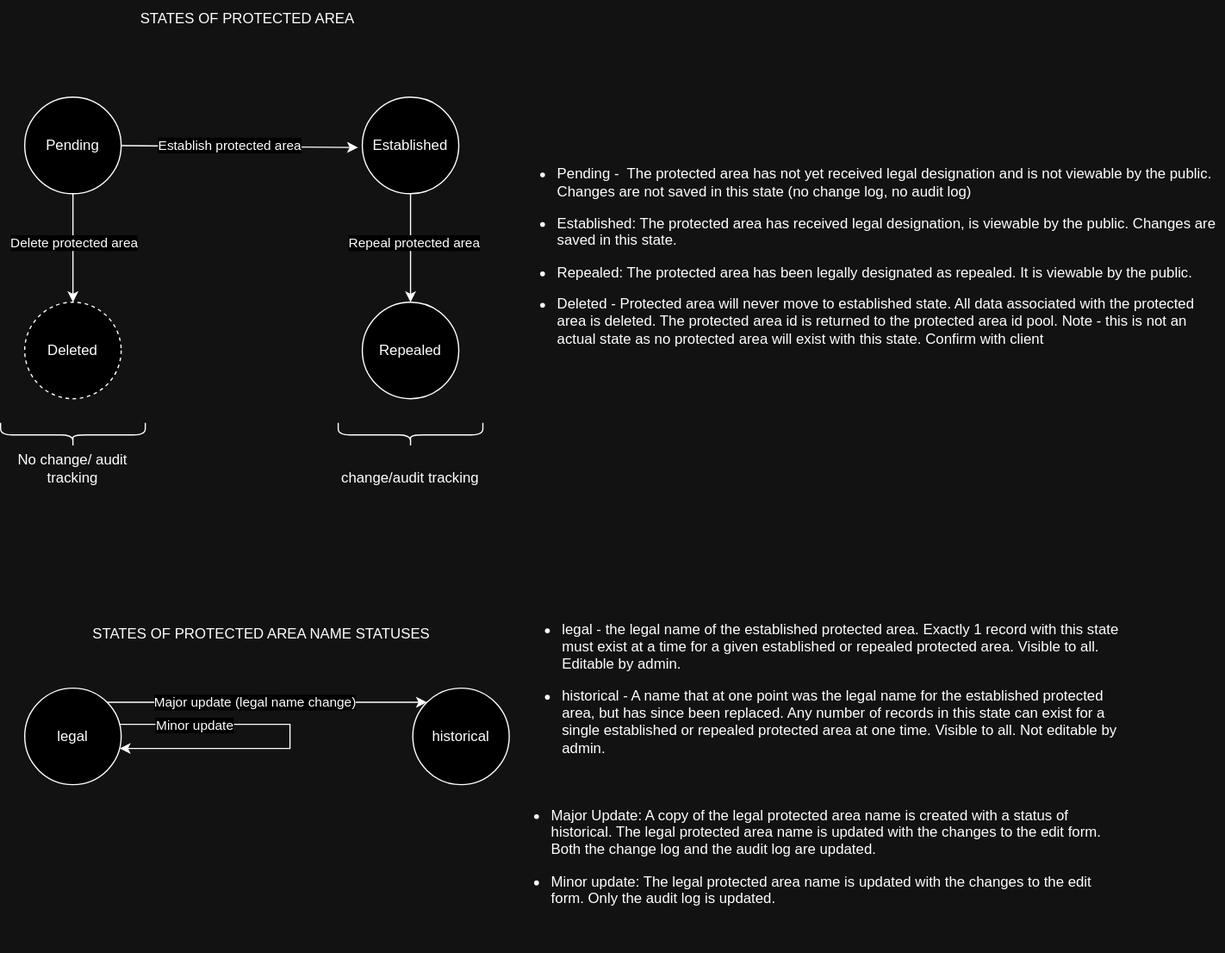
bcgov/parks-data-register keeps this draw.io diagram as docs/diagrams/data_state_diagrams.drawio.svg. Above is the earlier version. Source tidied: cells renumbered, new cells last; positions are measured from the earlier drawing's top-left corner, leaving out a move shared by most shapes. Source of this version:
```xml
<mxGraphModel>
  <root>
    <mxCell id="0" />
    <mxCell id="1" parent="0" />
    <mxCell id="2" value="m" style="edgeStyle=orthogonalEdgeStyle;rounded=0;jettySize=auto;html=1;exitX=1;exitY=0;exitDx=0;exitDy=0;entryX=0;entryY=0;entryDx=0;entryDy=0;" parent="1" edge="1" source="4" target="5">
      <mxGeometry relative="1" as="geometry" />
    </mxCell>
    <mxCell id="3" value="Major update (legal name change)" style="edgeLabel;html=1;align=center;verticalAlign=middle;" parent="2" vertex="1">
      <mxGeometry x="-0.12" relative="1" as="geometry">
        <mxPoint x="5" as="offset" />
      </mxGeometry>
    </mxCell>
    <mxCell id="4" value="legal" style="ellipse;whiteSpace=wrap;html=1;" parent="1" vertex="1">
      <mxGeometry x="20" y="570" width="80" height="80" as="geometry" />
    </mxCell>
    <mxCell id="5" value="historical" style="ellipse;whiteSpace=wrap;html=1;" parent="1" vertex="1">
      <mxGeometry x="341.9" y="570" width="80" height="80" as="geometry" />
    </mxCell>
    <mxCell id="6" value="&lt;ul&gt;&lt;li&gt;legal - the legal name of the established protected area. Exactly 1 record with this state must exist at a time for a given established or repealed protected area. Visible to all. Editable by admin.&lt;/li&gt;&lt;/ul&gt;&lt;ul&gt;&lt;li&gt;historical - A name that at one point was the legal name for the established protected area, but has since been replaced. Any number of records in this state can exist for a single established or repealed protected area at one time. Visible to all. Not editable by admin.&lt;/li&gt;&lt;/ul&gt;" style="text;strokeColor=none;fillColor=none;html=1;whiteSpace=wrap;verticalAlign=middle;overflow=hidden;" parent="1" vertex="1">
      <mxGeometry x="424" y="500" width="515" height="130" as="geometry" />
    </mxCell>
    <mxCell id="7" value="&lt;ul&gt;&lt;li&gt;Major Update: A copy of the legal protected area name is created with a status of historical. The legal protected area name is updated with the changes to the edit form. Both the change log and the audit log are updated.&lt;/li&gt;&lt;/ul&gt;&lt;ul&gt;&lt;li&gt;Minor update: The legal protected area name is updated with the changes to the edit form. Only the audit log is updated.&lt;/li&gt;&lt;/ul&gt;" style="text;strokeColor=none;fillColor=none;html=1;whiteSpace=wrap;verticalAlign=middle;overflow=hidden;" parent="1" vertex="1">
      <mxGeometry x="415" y="630" width="515" height="160" as="geometry" />
    </mxCell>
    <mxCell id="8" style="edgeStyle=orthogonalEdgeStyle;rounded=0;orthogonalLoop=1;jettySize=auto;html=1;" parent="1" edge="1" source="4" target="4">
      <mxGeometry relative="1" as="geometry">
        <Array as="points">
          <mxPoint x="240" y="610" />
        </Array>
      </mxGeometry>
    </mxCell>
    <mxCell id="9" value="Minor update" style="edgeLabel;html=1;align=center;verticalAlign=middle;" parent="8" vertex="1">
      <mxGeometry x="-0.7" y="1" relative="1" as="geometry">
        <mxPoint x="17" y="1" as="offset" />
      </mxGeometry>
    </mxCell>
    <mxCell id="10" value="STATES OF PROTECTED AREA NAME STATUSES" style="text;html=1;strokeColor=none;fillColor=none;align=center;verticalAlign=middle;whiteSpace=wrap;rounded=0;" parent="1" vertex="1">
      <mxGeometry x="70" y="510" width="293.1" height="30" as="geometry" />
    </mxCell>
    <mxCell id="11" value="&lt;div&gt;&lt;br&gt;&lt;/div&gt;&lt;ul&gt;&lt;li&gt;&lt;span style=&quot;background-color: initial;&quot;&gt;Pending -&amp;nbsp; The protected area has not yet received legal designation and is not viewable by the public. Changes are not saved in this state (no change log, no audit log)&lt;/span&gt;&lt;/li&gt;&lt;/ul&gt;&lt;ul&gt;&lt;li style=&quot;border-color: var(--border-color);&quot;&gt;Established: The protected area has received legal designation, is viewable by the public. Changes are saved in this state.&lt;/li&gt;&lt;/ul&gt;&lt;ul&gt;&lt;li&gt;&lt;span style=&quot;background-color: initial;&quot;&gt;Repealed: The protected area has been legally designated as repealed. It is viewable by the public.&lt;/span&gt;&lt;/li&gt;&lt;/ul&gt;&lt;ul&gt;&lt;li style=&quot;border-color: var(--border-color);&quot;&gt;Deleted - Protected area will never move to established state. All data associated with the protected area is deleted. The protected area id is returned to the protected area id pool. Note - this is not an actual state as no protected area will exist with this state. Confirm with client&lt;/li&gt;&lt;/ul&gt;" style="text;strokeColor=none;fillColor=none;html=1;whiteSpace=wrap;verticalAlign=middle;overflow=hidden;" parent="1" vertex="1">
      <mxGeometry x="420" y="100" width="595" height="210" as="geometry" />
    </mxCell>
    <mxCell id="12" value="STATES OF PROTECTED AREA" style="text;html=1;strokeColor=none;fillColor=none;align=center;verticalAlign=middle;whiteSpace=wrap;rounded=0;" parent="1" vertex="1">
      <mxGeometry x="90" width="230" height="30" as="geometry" />
    </mxCell>
    <mxCell id="13" style="rounded=0;jettySize=auto;html=1;entryX=-0.044;entryY=0.521;entryDx=0;entryDy=0;entryPerimeter=0;" parent="1" edge="1" source="15" target="18">
      <mxGeometry relative="1" as="geometry" />
    </mxCell>
    <mxCell id="14" value="Establish protected area" style="edgeLabel;html=1;align=center;verticalAlign=middle;" parent="13" vertex="1">
      <mxGeometry x="-0.35" relative="1" as="geometry">
        <mxPoint x="26" y="-1" as="offset" />
      </mxGeometry>
    </mxCell>
    <mxCell id="15" value="Pending" style="ellipse;whiteSpace=wrap;html=1;" parent="1" vertex="1">
      <mxGeometry x="20" y="80" width="80" height="80" as="geometry" />
    </mxCell>
    <mxCell id="16" style="edgeStyle=orthogonalEdgeStyle;rounded=0;jettySize=auto;html=1;" parent="1" edge="1" source="18" target="20">
      <mxGeometry relative="1" as="geometry" />
    </mxCell>
    <mxCell id="17" value="Repeal protected area" style="edgeLabel;html=1;align=center;verticalAlign=middle;" parent="16" vertex="1">
      <mxGeometry x="-0.42" y="2" relative="1" as="geometry">
        <mxPoint y="14" as="offset" />
      </mxGeometry>
    </mxCell>
    <mxCell id="18" value="Established" style="ellipse;whiteSpace=wrap;html=1;" parent="1" vertex="1">
      <mxGeometry x="300" y="80" width="80" height="80" as="geometry" />
    </mxCell>
    <mxCell id="19" value="Deleted" style="ellipse;whiteSpace=wrap;html=1;strokeColor=default;dashed=1;" parent="1" vertex="1">
      <mxGeometry x="20" y="250" width="80" height="80" as="geometry" />
    </mxCell>
    <mxCell id="20" value="Repealed" style="ellipse;whiteSpace=wrap;html=1;" parent="1" vertex="1">
      <mxGeometry x="300" y="250" width="80" height="80" as="geometry" />
    </mxCell>
    <mxCell id="21" style="rounded=0;jettySize=auto;html=1;entryX=0.5;entryY=0;entryDx=0;entryDy=0;" parent="1" edge="1" source="15" target="19">
      <mxGeometry relative="1" as="geometry" />
    </mxCell>
    <mxCell id="22" value="Delete protected area" style="edgeLabel;html=1;align=center;verticalAlign=middle;" parent="21" vertex="1">
      <mxGeometry x="-0.35" relative="1" as="geometry">
        <mxPoint y="11" as="offset" />
      </mxGeometry>
    </mxCell>
    <mxCell id="23" style="shape=curlyBracket;whiteSpace=wrap;html=1;rounded=1;labelPosition=left;verticalLabelPosition=middle;align=right;verticalAlign=middle;rotation=-90;" parent="1" vertex="1">
      <mxGeometry x="50" y="300" width="20" height="120" as="geometry" />
    </mxCell>
    <mxCell id="24" value="No change/ audit tracking" style="text;html=1;strokeColor=none;fillColor=none;align=center;verticalAlign=middle;whiteSpace=wrap;rounded=0;" parent="1" vertex="1">
      <mxGeometry y="372.5" width="120" height="30" as="geometry" />
    </mxCell>
    <mxCell id="25" style="shape=curlyBracket;whiteSpace=wrap;html=1;rounded=1;labelPosition=left;verticalLabelPosition=middle;align=right;verticalAlign=middle;rotation=-90;" parent="1" vertex="1">
      <mxGeometry x="330" y="300" width="20" height="120" as="geometry" />
    </mxCell>
    <mxCell id="26" value="&lt;br&gt;change/audit tracking" style="text;html=1;strokeColor=none;fillColor=none;align=center;verticalAlign=middle;whiteSpace=wrap;rounded=0;" parent="1" vertex="1">
      <mxGeometry x="280" y="372.5" width="120" height="30" as="geometry" />
    </mxCell>
  </root>
</mxGraphModel>
```
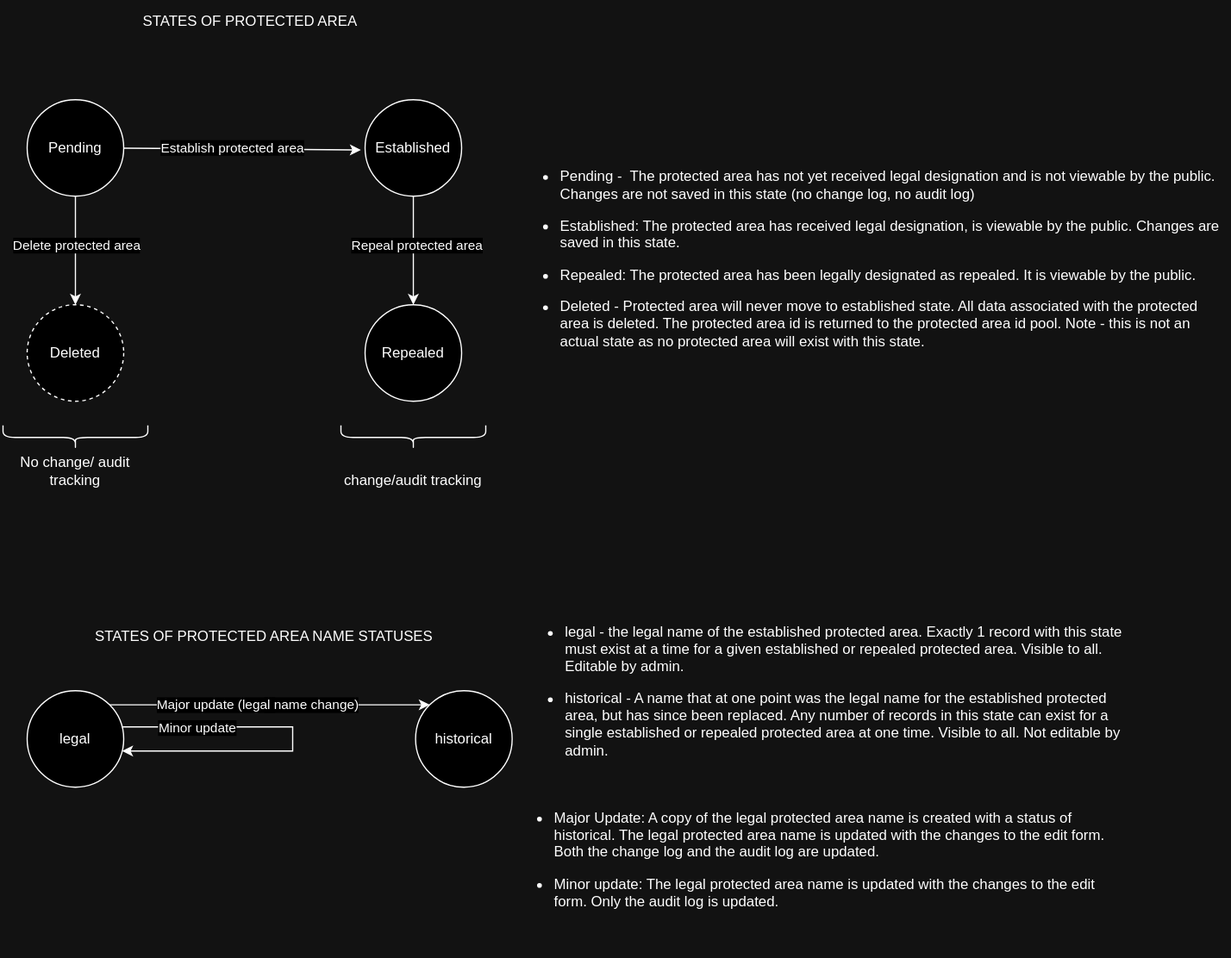
Above is the later version.

The edit, as a diff of the source:
```diff
@@ -37,7 +37,7 @@
     <mxCell id="10" value="STATES OF PROTECTED AREA NAME STATUSES" style="text;html=1;strokeColor=none;fillColor=none;align=center;verticalAlign=middle;whiteSpace=wrap;rounded=0;" parent="1" vertex="1">
       <mxGeometry x="70" y="510" width="293.1" height="30" as="geometry" />
     </mxCell>
-    <mxCell id="11" value="&lt;div&gt;&lt;br&gt;&lt;/div&gt;&lt;ul&gt;&lt;li&gt;&lt;span style=&quot;background-color: initial;&quot;&gt;Pending -&amp;nbsp; The protected area has not yet received legal designation and is not viewable by the public. Changes are not saved in this state (no change log, no audit log)&lt;/span&gt;&lt;/li&gt;&lt;/ul&gt;&lt;ul&gt;&lt;li style=&quot;border-color: var(--border-color);&quot;&gt;Established: The protected area has received legal designation, is viewable by the public. Changes are saved in this state.&lt;/li&gt;&lt;/ul&gt;&lt;ul&gt;&lt;li&gt;&lt;span style=&quot;background-color: initial;&quot;&gt;Repealed: The protected area has been legally designated as repealed. It is viewable by the public.&lt;/span&gt;&lt;/li&gt;&lt;/ul&gt;&lt;ul&gt;&lt;li style=&quot;border-color: var(--border-color);&quot;&gt;Deleted - Protected area will never move to established state. All data associated with the protected area is deleted. The protected area id is returned to the protected area id pool. Note - this is not an actual state as no protected area will exist with this state. Confirm with client&lt;/li&gt;&lt;/ul&gt;" style="text;strokeColor=none;fillColor=none;html=1;whiteSpace=wrap;verticalAlign=middle;overflow=hidden;" parent="1" vertex="1">
+    <mxCell id="11" value="&lt;div&gt;&lt;br&gt;&lt;/div&gt;&lt;ul&gt;&lt;li&gt;&lt;span style=&quot;background-color: initial;&quot;&gt;Pending -&amp;nbsp; The protected area has not yet received legal designation and is not viewable by the public. Changes are not saved in this state (no change log, no audit log)&lt;/span&gt;&lt;/li&gt;&lt;/ul&gt;&lt;ul&gt;&lt;li style=&quot;border-color: var(--border-color);&quot;&gt;Established: The protected area has received legal designation, is viewable by the public. Changes are saved in this state.&lt;/li&gt;&lt;/ul&gt;&lt;ul&gt;&lt;li&gt;&lt;span style=&quot;background-color: initial;&quot;&gt;Repealed: The protected area has been legally designated as repealed. It is viewable by the public.&lt;/span&gt;&lt;/li&gt;&lt;/ul&gt;&lt;ul&gt;&lt;li style=&quot;border-color: var(--border-color);&quot;&gt;Deleted - Protected area will never move to established state. All data associated with the protected area is deleted. The protected area id is returned to the protected area id pool. Note - this is not an actual state as no protected area will exist with this state.&lt;/li&gt;&lt;/ul&gt;" style="text;strokeColor=none;fillColor=none;html=1;whiteSpace=wrap;verticalAlign=middle;overflow=hidden;" parent="1" vertex="1">
       <mxGeometry x="420" y="100" width="595" height="210" as="geometry" />
     </mxCell>
     <mxCell id="12" value="STATES OF PROTECTED AREA" style="text;html=1;strokeColor=none;fillColor=none;align=center;verticalAlign=middle;whiteSpace=wrap;rounded=0;" parent="1" vertex="1">
```
